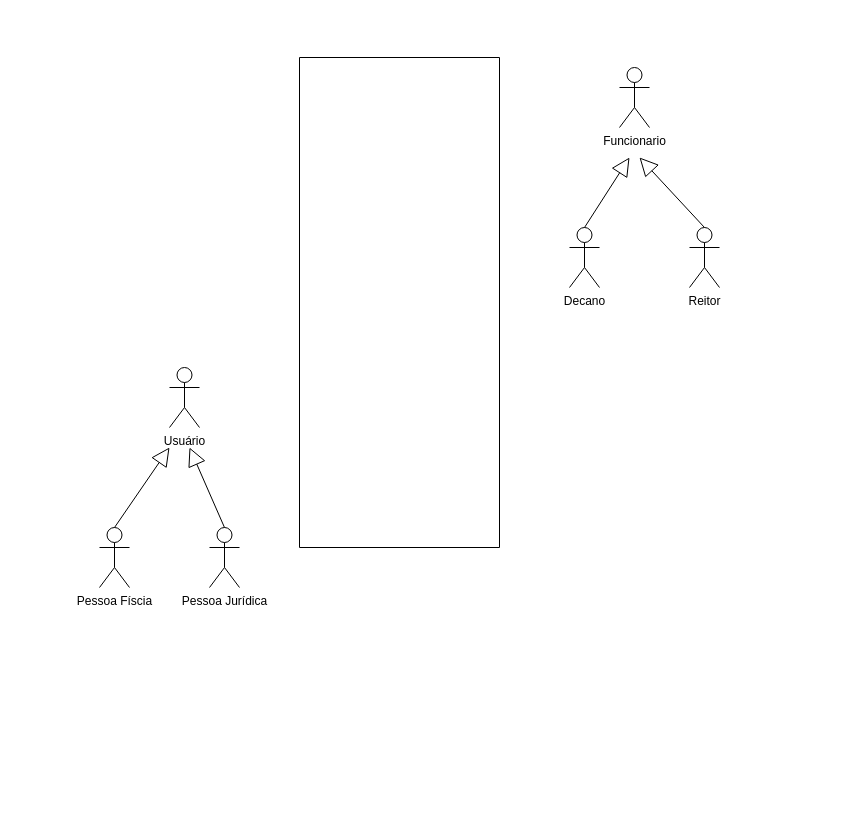
This is Caso_De_Uso_6.drawio from EAbeier/Analise-e-Modelagem-de-Sistemas, a draw.io file, before an edit. Source tidied: cells renumbered, new cells numbered last; positions are measured from the earlier drawing's top-left corner, leaving out a move shared by most shapes. Both pictures are drawn from the tidied source at 100%, with x=0, y=0 at pixel (99, 57).
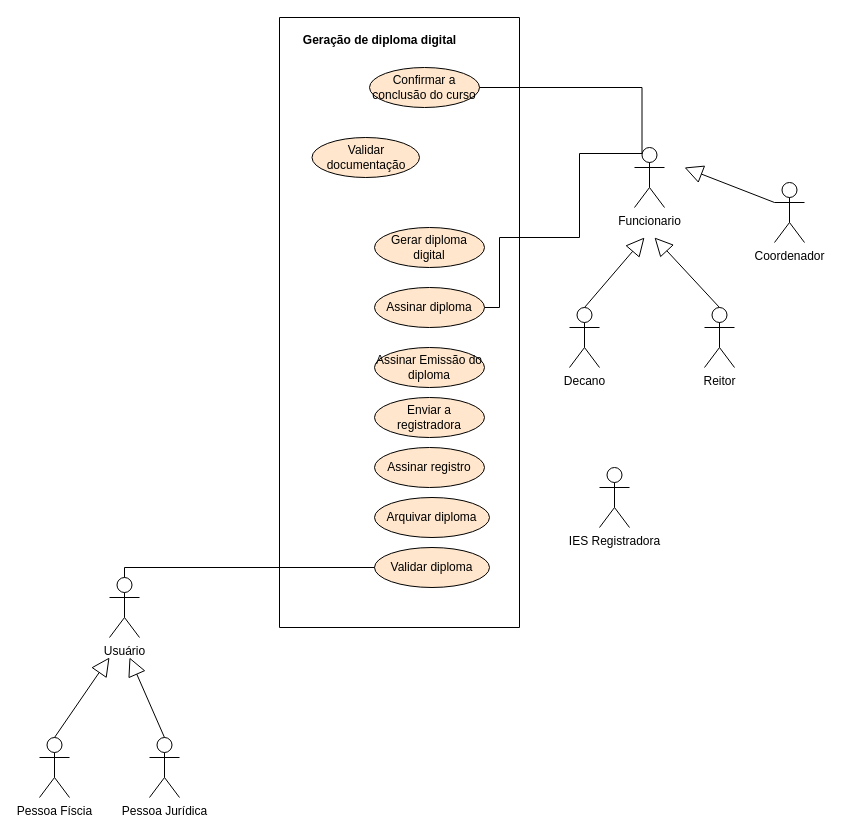
The same diagram, later.

Diff of the diagram source:
```diff
@@
     <mxCell id="2" style="swimlane;startSize=0;" parent="1" vertex="1">
-      <mxGeometry x="200" width="200" height="490" as="geometry" />
+      <mxGeometry x="180" y="-40" width="240" height="610" as="geometry" />
     </mxCell>
+    <mxCell id="13" value="Geração de diploma digital" style="text;align=center;fontStyle=1;verticalAlign=middle;spacingLeft=3;spacingRight=3;strokeColor=none;fontFamily=Helvetica;fontSize=12;fontColor=#000000;fillColor=default;html=1;" parent="2" vertex="1">
+      <mxGeometry x="60" y="10" width="80" height="26" as="geometry" />
+    </mxCell>
+    <mxCell id="14" value="Confirmar a conclusão do curso" style="ellipse;whiteSpace=wrap;html=1;fontFamily=Helvetica;fontSize=12;strokeColor=#000000;fillColor=#ffe6cc;" parent="2" vertex="1">
+      <mxGeometry x="90" y="50" width="110" height="40" as="geometry" />
+    </mxCell>
+    <mxCell id="15" value="Gerar diploma digital" style="ellipse;whiteSpace=wrap;html=1;fontFamily=Helvetica;fontSize=12;strokeColor=#000000;fillColor=#ffe6cc;" parent="2" vertex="1">
+      <mxGeometry x="95" y="210" width="110" height="40" as="geometry" />
+    </mxCell>
+    <mxCell id="16" value="Assinar diploma" style="ellipse;whiteSpace=wrap;html=1;fontFamily=Helvetica;fontSize=12;strokeColor=default;fillColor=#ffe6cc;" parent="2" vertex="1">
+      <mxGeometry x="95" y="270" width="110" height="40" as="geometry" />
+    </mxCell>
+    <mxCell id="17" value="Assinar Emissão do diploma" style="ellipse;whiteSpace=wrap;html=1;fontFamily=Helvetica;fontSize=12;strokeColor=default;fillColor=#ffe6cc;" parent="2" vertex="1">
+      <mxGeometry x="95" y="330" width="110" height="40" as="geometry" />
+    </mxCell>
+    <mxCell id="18" value="Enviar a registradora" style="ellipse;whiteSpace=wrap;html=1;fontFamily=Helvetica;fontSize=12;strokeColor=default;fillColor=#ffe6cc;" parent="2" vertex="1">
+      <mxGeometry x="95" y="380" width="110" height="40" as="geometry" />
+    </mxCell>
+    <mxCell id="19" value="Assinar registro" style="ellipse;whiteSpace=wrap;html=1;fontFamily=Helvetica;fontSize=12;strokeColor=default;fillColor=#ffe6cc;" parent="2" vertex="1">
+      <mxGeometry x="95" y="430" width="110" height="40" as="geometry" />
+    </mxCell>
+    <mxCell id="20" value="Arquivar diploma" style="ellipse;whiteSpace=wrap;html=1;fontFamily=Helvetica;fontSize=12;strokeColor=default;fillColor=#ffe6cc;" parent="2" vertex="1">
+      <mxGeometry x="95" y="480" width="115" height="40" as="geometry" />
+    </mxCell>
+    <mxCell id="21" value="Validar documentação" style="ellipse;whiteSpace=wrap;html=1;fontFamily=Helvetica;fontSize=12;strokeColor=#000000;fillColor=#ffe6cc;" parent="2" vertex="1">
+      <mxGeometry x="32.5" y="120" width="107.5" height="40" as="geometry" />
+    </mxCell>
+    <mxCell id="22" value="Validar diploma" style="ellipse;whiteSpace=wrap;html=1;fontFamily=Helvetica;fontSize=12;strokeColor=#000000;fillColor=#ffe6cc;" parent="2" vertex="1">
+      <mxGeometry x="95" y="530" width="115" height="40" as="geometry" />
+    </mxCell>
     <mxCell id="3" value="Funcionario" style="shape=umlActor;verticalLabelPosition=bottom;verticalAlign=top;html=1;fontFamily=Helvetica;fontSize=12;fontColor=default;strokeColor=default;fillColor=default;labelPosition=center;align=center;" parent="1" vertex="1">
-      <mxGeometry x="520" y="10" width="30" height="60" as="geometry" />
+      <mxGeometry x="535" y="90" width="30" height="60" as="geometry" />
     </mxCell>
     <mxCell id="4" value="Reitor" style="shape=umlActor;verticalLabelPosition=bottom;verticalAlign=top;html=1;fontFamily=Helvetica;fontSize=12;fontColor=default;strokeColor=default;fillColor=default;" parent="1" vertex="1">
-      <mxGeometry x="590" y="170" width="30" height="60" as="geometry" />
+      <mxGeometry x="605" y="250" width="30" height="60" as="geometry" />
     </mxCell>
     <mxCell id="5" value="Decano" style="shape=umlActor;verticalLabelPosition=bottom;verticalAlign=top;html=1;fontFamily=Helvetica;fontSize=12;fontColor=default;strokeColor=default;fillColor=default;" parent="1" vertex="1">
-      <mxGeometry x="470" y="170" width="30" height="60" as="geometry" />
+      <mxGeometry x="470" y="250" width="30" height="60" as="geometry" />
     </mxCell>
     <mxCell id="6" value="Extends" style="endArrow=block;endSize=16;endFill=0;html=1;rounded=0;fontFamily=Helvetica;fontSize=12;fontColor=#FF4D00;textOpacity=0;exitX=0.5;exitY=0;exitDx=0;exitDy=0;exitPerimeter=0;" parent="1" edge="1" source="5">
       <mxGeometry x="-0.06" y="10" relative="1" as="geometry">
-        <mxPoint x="530" y="100" as="targetPoint" />
+        <mxPoint x="545" y="180" as="targetPoint" />
       </mxGeometry>
     </mxCell>
     <mxCell id="7" value="Extends" style="endArrow=block;endSize=16;endFill=0;html=1;rounded=0;fontFamily=Helvetica;fontSize=12;fontColor=#FF4D00;textOpacity=0;exitX=0.5;exitY=0;exitDx=0;exitDy=0;exitPerimeter=0;" parent="1" edge="1" source="4">
       <mxGeometry x="-0.06" y="10" relative="1" as="geometry">
-        <mxPoint x="540" y="100" as="targetPoint" />
+        <mxPoint x="555" y="180" as="targetPoint" />
       </mxGeometry>
     </mxCell>
     <mxCell id="8" value="Usuário" style="shape=umlActor;verticalLabelPosition=bottom;verticalAlign=top;html=1;fontFamily=Helvetica;fontSize=12;fontColor=#000000;strokeColor=default;fillColor=default;" parent="1" vertex="1">
-      <mxGeometry x="70" y="310" width="30" height="60" as="geometry" />
+      <mxGeometry x="10" y="520" width="30" height="60" as="geometry" />
     </mxCell>
     <mxCell id="9" value="Pessoa Físcia" style="shape=umlActor;verticalLabelPosition=bottom;verticalAlign=top;html=1;fontFamily=Helvetica;fontSize=12;fontColor=#000000;strokeColor=default;fillColor=default;" parent="1" vertex="1">
-      <mxGeometry y="470" width="30" height="60" as="geometry" />
+      <mxGeometry x="-60" y="680" width="30" height="60" as="geometry" />
     </mxCell>
     <mxCell id="10" value="Pessoa Jurídica" style="shape=umlActor;verticalLabelPosition=bottom;verticalAlign=top;html=1;fontFamily=Helvetica;fontSize=12;fontColor=#000000;strokeColor=default;fillColor=default;" parent="1" vertex="1">
-      <mxGeometry x="110" y="470" width="30" height="60" as="geometry" />
+      <mxGeometry x="50" y="680" width="30" height="60" as="geometry" />
     </mxCell>
     <mxCell id="11" value="Extends" style="endArrow=block;endSize=16;endFill=0;html=1;rounded=0;fontFamily=Helvetica;fontSize=12;fontColor=#FF4D00;textOpacity=0;exitX=0.5;exitY=0;exitDx=0;exitDy=0;exitPerimeter=0;" parent="1" edge="1" source="10">
       <mxGeometry x="-0.06" y="10" relative="1" as="geometry">
-        <mxPoint x="90" y="390" as="targetPoint" />
+        <mxPoint x="30" y="600" as="targetPoint" />
       </mxGeometry>
     </mxCell>
     <mxCell id="12" value="Extends" style="endArrow=block;endSize=16;endFill=0;html=1;rounded=0;fontFamily=Helvetica;fontSize=12;fontColor=#FF4D00;textOpacity=0;exitX=0.5;exitY=0;exitDx=0;exitDy=0;exitPerimeter=0;" parent="1" edge="1" source="9">
       <mxGeometry x="-0.06" y="10" relative="1" as="geometry">
-        <mxPoint x="70" y="390" as="targetPoint" />
+        <mxPoint x="10" y="600" as="targetPoint" />
       </mxGeometry>
     </mxCell>
+    <mxCell id="23" value="Coordenador" style="shape=umlActor;verticalLabelPosition=bottom;verticalAlign=top;html=1;fontFamily=Helvetica;fontSize=12;fontColor=default;strokeColor=default;fillColor=default;" parent="1" vertex="1">
+      <mxGeometry x="675" y="125" width="30" height="60" as="geometry" />
+    </mxCell>
+    <mxCell id="24" value="Extends" style="endArrow=block;endSize=16;endFill=0;html=1;rounded=0;fontFamily=Helvetica;fontSize=12;fontColor=#FF4D00;textOpacity=0;exitX=0;exitY=0.3333333333333333;exitDx=0;exitDy=0;exitPerimeter=0;" parent="1" edge="1" source="23">
+      <mxGeometry x="-0.06" y="10" relative="1" as="geometry">
+        <mxPoint x="585" y="110" as="targetPoint" />
+      </mxGeometry>
+    </mxCell>
+    <mxCell id="25" value="IES Registradora" style="shape=umlActor;verticalLabelPosition=bottom;verticalAlign=top;html=1;fontFamily=Helvetica;fontSize=12;fontColor=#000000;strokeColor=#000000;fillColor=default;" parent="1" vertex="1">
+      <mxGeometry x="500" y="410" width="30" height="60" as="geometry" />
+    </mxCell>
+    <mxCell id="26" style="endArrow=none;html=1;edgeStyle=orthogonalEdgeStyle;rounded=0;fontFamily=Helvetica;fontSize=12;fontColor=#000000;entryX=0.25;entryY=0.1;entryDx=0;entryDy=0;entryPerimeter=0;" parent="1" edge="1" source="14" target="3">
+      <mxGeometry relative="1" as="geometry" />
+    </mxCell>
+    <mxCell id="27" style="endArrow=none;html=1;edgeStyle=orthogonalEdgeStyle;rounded=0;fontFamily=Helvetica;fontSize=12;fontColor=#000000;entryX=0.25;entryY=0.1;entryDx=0;entryDy=0;entryPerimeter=0;exitX=1;exitY=0.5;exitDx=0;exitDy=0;" parent="1" edge="1" source="16" target="3">
+      <mxGeometry relative="1" as="geometry">
+        <Array as="points">
+          <mxPoint x="400" y="250" />
+          <mxPoint x="400" y="180" />
+          <mxPoint x="480" y="180" />
+          <mxPoint x="480" y="96" />
+        </Array>
+      </mxGeometry>
+    </mxCell>
+    <mxCell id="28" style="endArrow=none;html=1;edgeStyle=orthogonalEdgeStyle;rounded=0;fontFamily=Helvetica;fontSize=12;fontColor=#000000;exitX=0.5;exitY=0;exitDx=0;exitDy=0;exitPerimeter=0;entryX=0;entryY=0.5;entryDx=0;entryDy=0;" parent="1" edge="1" source="8" target="22">
+      <mxGeometry relative="1" as="geometry" />
+    </mxCell>
+    <mxCell id="29" style="edgeLabel;html=1;align=left;verticalAlign=bottom;fontFamily=Helvetica;fontSize=12;fontColor=#000000;strokeColor=#000000;fillColor=default;" parent="28" vertex="1">
+      <mxGeometry x="-1" relative="1" as="geometry" />
+    </mxCell>
```
